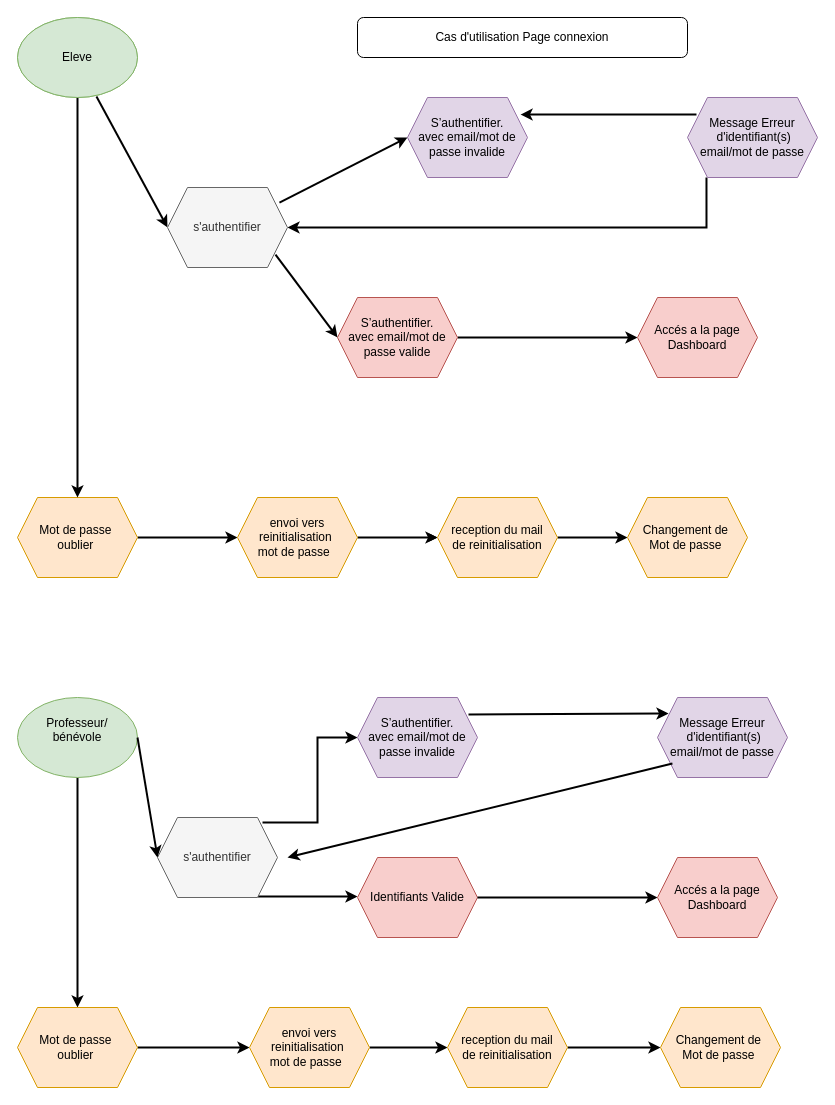
This is Diagramme de cas d’usage – Connexion.drawio from frederic5962/Learn-Home_p10, a draw.io file, before an edit. Source tidied: cells renumbered, new cells numbered last; positions are measured from the earlier drawing's top-left corner, leaving out a move shared by most shapes. Both pictures are drawn from the tidied source at 100%, with x=0, y=0 at pixel (17, 17).
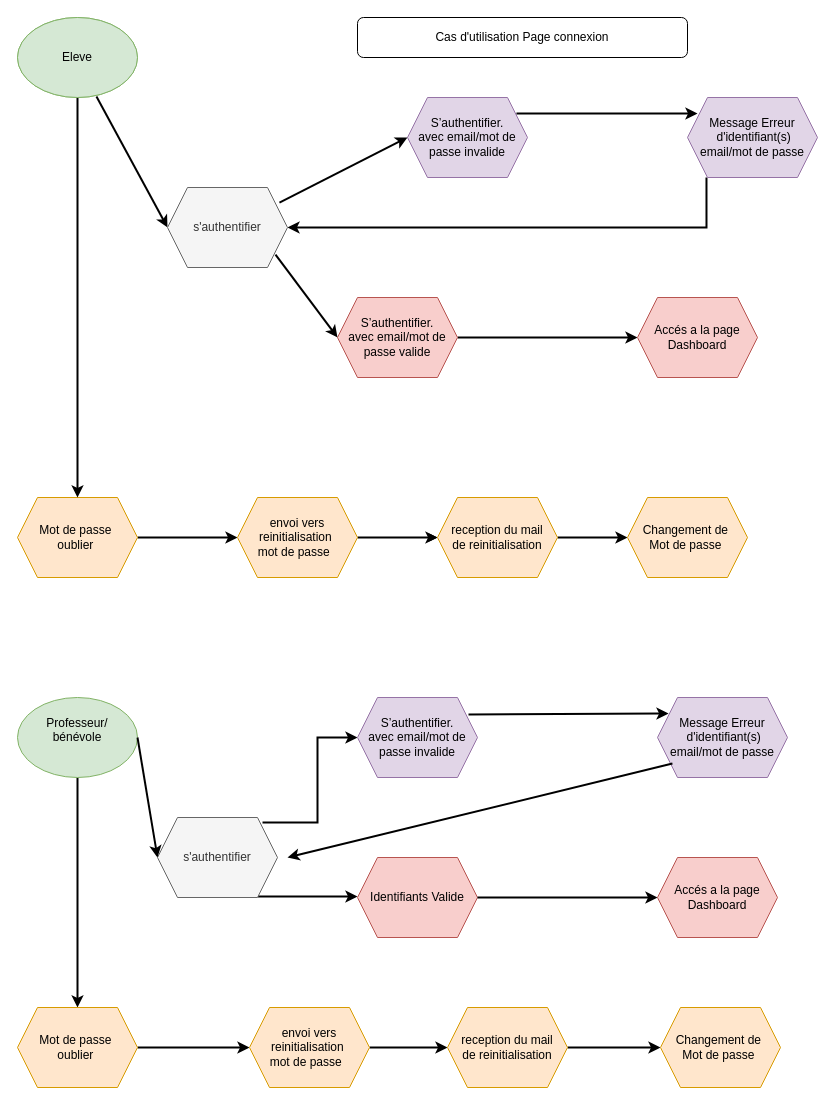
The same diagram, later.

Commit message:
Mettre à jour Diagramme de cas d’usage – Connexion.drawio

The change refers to these unchanged cells:
```xml
<mxCell id="4" value="S’authentifier.&lt;div&gt;avec email/mot de passe&amp;nbsp;&lt;span style=&quot;background-color: transparent; color: light-dark(rgb(0, 0, 0), rgb(255, 255, 255));&quot;&gt;invalide&lt;/span&gt;&lt;/div&gt;" style="shape=hexagon;perimeter=hexagonPerimeter2;whiteSpace=wrap;html=1;fixedSize=1;fillColor=#e1d5e7;strokeColor=#9673a6;" parent="1" vertex="1">
  <mxGeometry x="390" y="80" width="120" height="80" as="geometry" />
</mxCell>
<mxCell id="5" value="Message Erreur&lt;div&gt;&amp;nbsp;d'identifiant(s)&lt;div&gt;email/mot de passe&lt;/div&gt;&lt;/div&gt;" style="shape=hexagon;perimeter=hexagonPerimeter2;whiteSpace=wrap;html=1;fixedSize=1;fillColor=#e1d5e7;strokeColor=#9673a6;" parent="1" vertex="1">
  <mxGeometry x="670" y="80" width="130" height="80" as="geometry" />
</mxCell>
```

Diff of the diagram source:
```diff
@@
-    <mxCell id="37" style="endArrow=classic;html=1;rounded=0;exitX=0.069;exitY=0.213;exitDx=0;exitDy=0;exitPerimeter=0;entryX=0.942;entryY=0.213;entryDx=0;entryDy=0;entryPerimeter=0;strokeWidth=2;" parent="1" edge="1" source="5" target="4">
-      <mxGeometry relative="1" as="geometry" />
+    <mxCell id="37" style="endArrow=classic;html=1;rounded=0;exitX=0.908;exitY=0.2;exitDx=0;exitDy=0;exitPerimeter=0;strokeWidth=2;" parent="1" edge="1" source="4">
+      <mxGeometry relative="1" as="geometry">
+        <mxPoint x="680" y="96" as="targetPoint" />
+      </mxGeometry>
     </mxCell>
```
